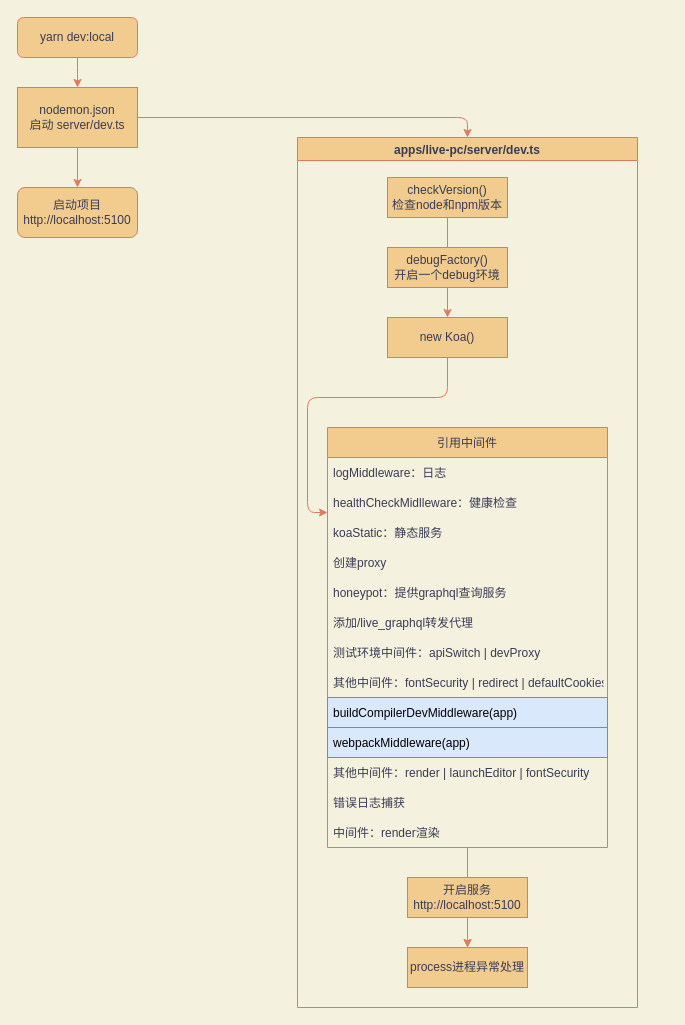
Above: graph-project.drawio in freshhan163/baiduAcademy (draw.io), before the change. Source tidied: cells renumbered, new cells numbered last; positions are measured from the earlier drawing's top-left corner, leaving out a move shared by most shapes. Both pictures are drawn from the tidied source at 100%, with x=0, y=0 at pixel (17, 17).
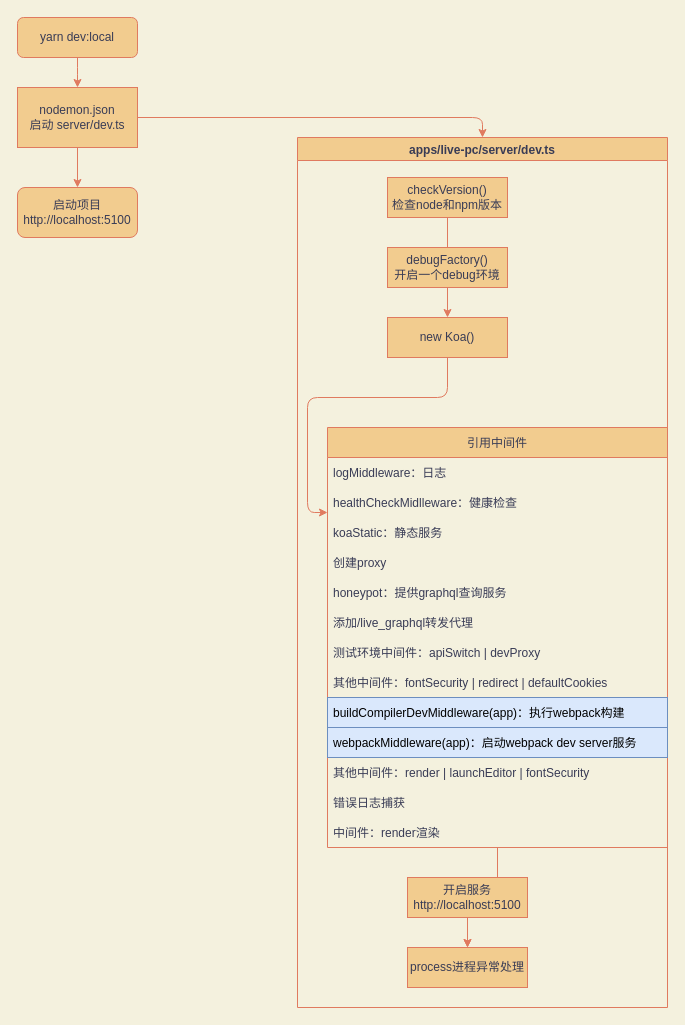
The same page after the edit.

Diff of the diagram source:
```diff
@@
     <mxCell id="7" value="apps/live-pc/server/dev.ts" style="swimlane;rounded=0;sketch=0;fontColor=#393C56;strokeColor=#E07A5F;fillColor=#F2CC8F;startSize=23;" parent="1" vertex="1">
-      <mxGeometry x="280" y="120" width="340" height="870" as="geometry" />
+      <mxGeometry x="280" y="120" width="370" height="870" as="geometry" />
     </mxCell>
@@
     <mxCell id="12" value="引用中间件" style="swimlane;fontStyle=0;horizontal=1;startSize=30;rounded=0;sketch=0;fontColor=#393C56;strokeColor=#E07A5F;fillColor=#F2CC8F;" parent="7" vertex="1">
-      <mxGeometry x="30" y="290" width="280" height="420" as="geometry" />
+      <mxGeometry x="30" y="290" width="340" height="420" as="geometry" />
     </mxCell>
     <mxCell id="13" value="logMiddleware：日志" style="text;strokeColor=none;fillColor=none;align=left;verticalAlign=middle;spacingLeft=4;spacingRight=4;overflow=hidden;rounded=0;sketch=0;fontColor=#393C56;" parent="12" vertex="1">
-      <mxGeometry y="30" width="280" height="30" as="geometry" />
+      <mxGeometry y="30" width="340" height="30" as="geometry" />
     </mxCell>
     <mxCell id="14" value="healthCheckMidlleware：健康检查" style="text;strokeColor=none;fillColor=none;align=left;verticalAlign=middle;spacingLeft=4;spacingRight=4;overflow=hidden;points=[[0,0.5],[1,0.5]];portConstraint=eastwest;rounded=0;sketch=0;fontColor=#393C56;" parent="12" vertex="1">
-      <mxGeometry y="60" width="280" height="30" as="geometry" />
+      <mxGeometry y="60" width="340" height="30" as="geometry" />
     </mxCell>
     <mxCell id="15" value="koaStatic：静态服务" style="text;strokeColor=none;fillColor=none;align=left;verticalAlign=middle;spacingLeft=4;spacingRight=4;overflow=hidden;rounded=0;sketch=0;fontColor=#393C56;" parent="12" vertex="1">
-      <mxGeometry y="90" width="280" height="30" as="geometry" />
+      <mxGeometry y="90" width="340" height="30" as="geometry" />
     </mxCell>
     <mxCell id="16" value="创建proxy" style="text;strokeColor=none;fillColor=none;align=left;verticalAlign=middle;spacingLeft=4;spacingRight=4;overflow=hidden;rounded=0;sketch=0;fontColor=#393C56;" parent="12" vertex="1">
-      <mxGeometry y="120" width="280" height="30" as="geometry" />
+      <mxGeometry y="120" width="340" height="30" as="geometry" />
     </mxCell>
     <mxCell id="17" value="honeypot：提供graphql查询服务" style="text;strokeColor=none;fillColor=none;align=left;verticalAlign=middle;spacingLeft=4;spacingRight=4;overflow=hidden;rounded=0;sketch=0;fontColor=#393C56;" parent="12" vertex="1">
-      <mxGeometry y="150" width="280" height="30" as="geometry" />
+      <mxGeometry y="150" width="340" height="30" as="geometry" />
     </mxCell>
     <mxCell id="18" value="添加/live_graphql转发代理" style="text;strokeColor=none;fillColor=none;align=left;verticalAlign=middle;spacingLeft=4;spacingRight=4;overflow=hidden;rounded=0;sketch=0;fontColor=#393C56;" parent="12" vertex="1">
-      <mxGeometry y="180" width="280" height="30" as="geometry" />
+      <mxGeometry y="180" width="340" height="30" as="geometry" />
     </mxCell>
     <mxCell id="19" value="测试环境中间件：apiSwitch | devProxy" style="text;strokeColor=none;fillColor=none;align=left;verticalAlign=middle;spacingLeft=4;spacingRight=4;overflow=hidden;rounded=0;sketch=0;fontColor=#393C56;" parent="12" vertex="1">
-      <mxGeometry y="210" width="280" height="30" as="geometry" />
+      <mxGeometry y="210" width="340" height="30" as="geometry" />
     </mxCell>
     <mxCell id="20" value="其他中间件：fontSecurity | redirect | defaultCookies" style="text;strokeColor=none;fillColor=none;align=left;verticalAlign=middle;spacingLeft=4;spacingRight=4;overflow=hidden;rounded=0;sketch=0;fontColor=#393C56;" parent="12" vertex="1">
-      <mxGeometry y="240" width="280" height="30" as="geometry" />
+      <mxGeometry y="240" width="340" height="30" as="geometry" />
     </mxCell>
-    <mxCell id="21" value="buildCompilerDevMiddleware(app)" style="text;strokeColor=#6c8ebf;fillColor=#dae8fc;align=left;verticalAlign=middle;spacingLeft=4;spacingRight=4;overflow=hidden;rounded=0;sketch=0;" parent="12" vertex="1">
-      <mxGeometry y="270" width="280" height="30" as="geometry" />
+    <mxCell id="21" value="buildCompilerDevMiddleware(app)：执行webpack构建" style="text;strokeColor=#6c8ebf;fillColor=#dae8fc;align=left;verticalAlign=middle;spacingLeft=4;spacingRight=4;overflow=hidden;rounded=0;sketch=0;" parent="12" vertex="1">
+      <mxGeometry y="270" width="340" height="30" as="geometry" />
     </mxCell>
-    <mxCell id="22" value="webpackMiddleware(app)" style="text;strokeColor=#6c8ebf;fillColor=#dae8fc;align=left;verticalAlign=middle;spacingLeft=4;spacingRight=4;overflow=hidden;rounded=0;sketch=0;" parent="12" vertex="1">
-      <mxGeometry y="300" width="280" height="30" as="geometry" />
+    <mxCell id="22" value="webpackMiddleware(app)：启动webpack dev server服务" style="text;strokeColor=#6c8ebf;fillColor=#dae8fc;align=left;verticalAlign=middle;spacingLeft=4;spacingRight=4;overflow=hidden;rounded=0;sketch=0;" parent="12" vertex="1">
+      <mxGeometry y="300" width="340" height="30" as="geometry" />
     </mxCell>
     <mxCell id="23" value="其他中间件：render | launchEditor | fontSecurity" style="text;strokeColor=none;fillColor=none;align=left;verticalAlign=middle;spacingLeft=4;spacingRight=4;overflow=hidden;rounded=0;sketch=0;fontColor=#393C56;" parent="12" vertex="1">
-      <mxGeometry y="330" width="280" height="30" as="geometry" />
+      <mxGeometry y="330" width="340" height="30" as="geometry" />
     </mxCell>
     <mxCell id="24" value="错误日志捕获" style="text;strokeColor=none;fillColor=none;align=left;verticalAlign=middle;spacingLeft=4;spacingRight=4;overflow=hidden;rounded=0;sketch=0;fontColor=#393C56;" parent="12" vertex="1">
-      <mxGeometry y="360" width="280" height="30" as="geometry" />
+      <mxGeometry y="360" width="340" height="30" as="geometry" />
     </mxCell>
     <mxCell id="25" value="中间件：render渲染" style="text;strokeColor=none;fillColor=none;align=left;verticalAlign=middle;spacingLeft=4;spacingRight=4;overflow=hidden;rounded=0;sketch=0;fontColor=#393C56;" parent="12" vertex="1">
-      <mxGeometry y="390" width="280" height="30" as="geometry" />
+      <mxGeometry y="390" width="340" height="30" as="geometry" />
     </mxCell>
```
